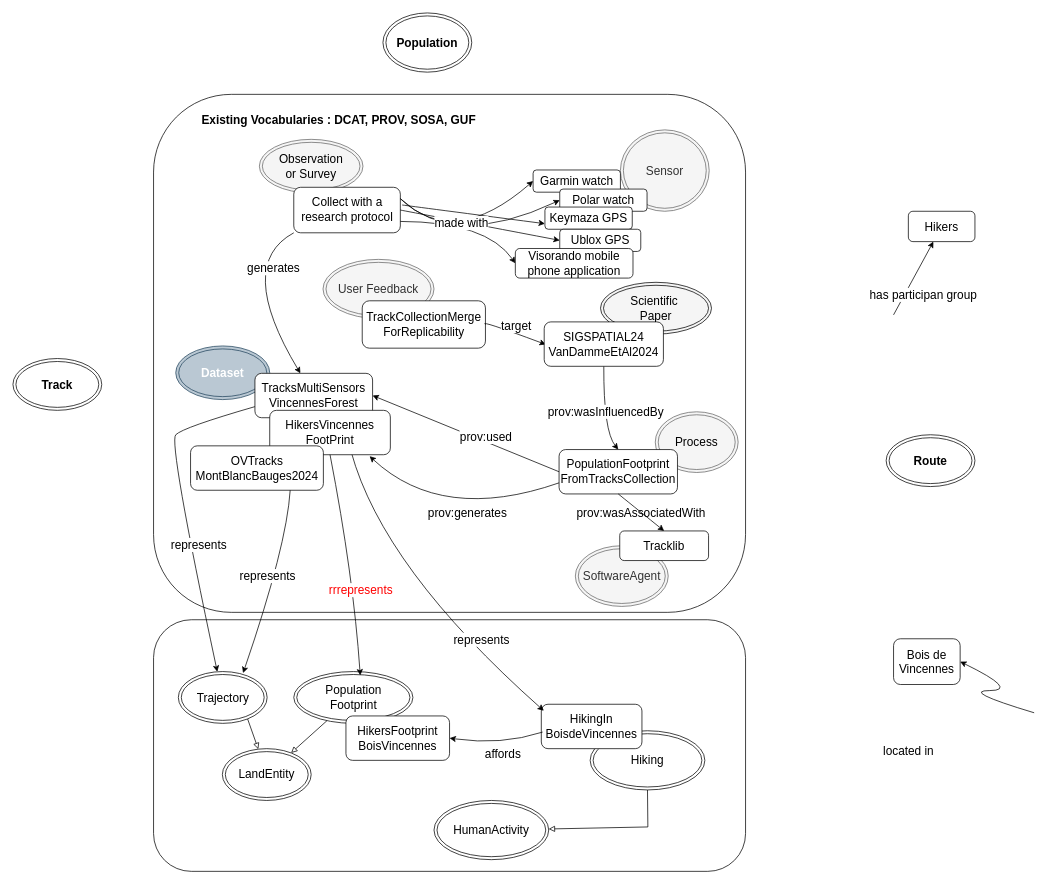
IntForOut/outdoorPressure keeps this draw.io diagram as page "Schéma 2 article" (3 of 3) of docs/diagrams/model_KG.drawio. Above is the earlier version. Source tidied: cells renumbered, new cells numbered last; positions are measured from the earlier drawing's top-left corner, leaving out a move shared by most shapes. Both pictures are drawn from the tidied source at 74%, with x=0, y=0 at pixel (13, 13).
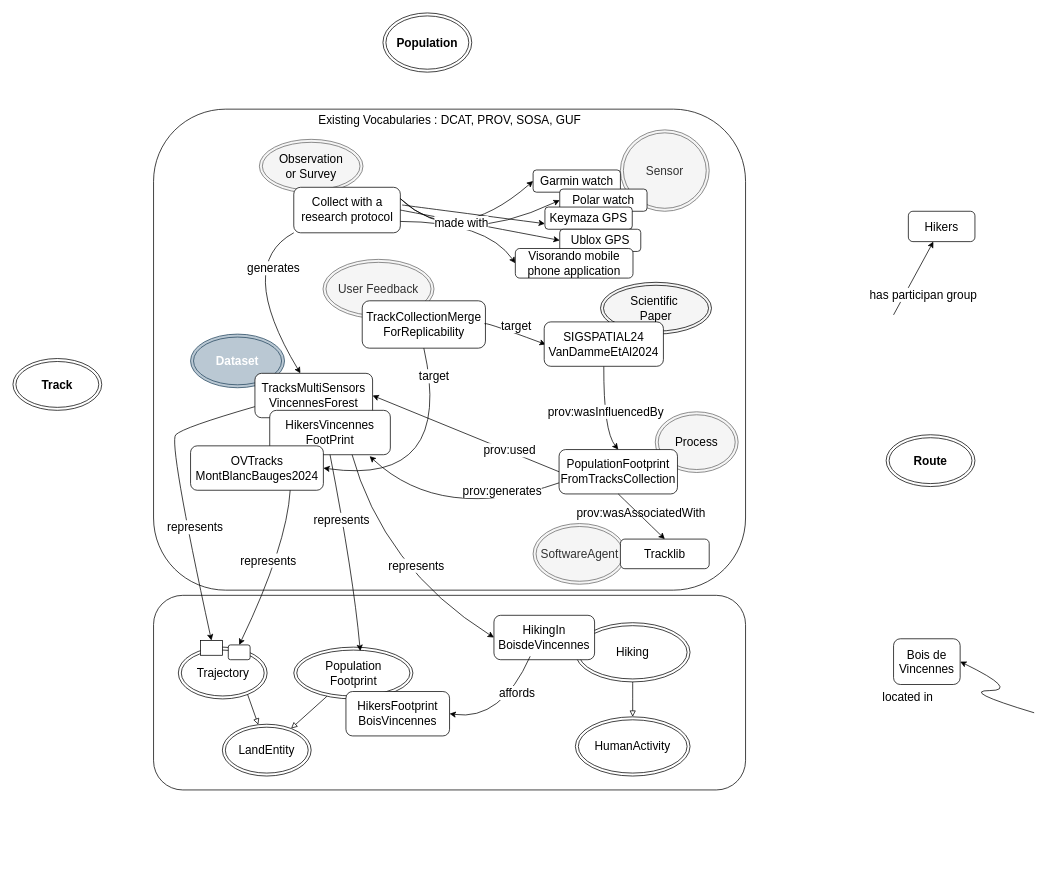
The same page after the edit.

Commit message (it also covers changes not shown here):
Mettre à jour model_KG.drawio

Unchanged cells that the change refers to:
```xml
<mxCell id="16" value="&lt;div&gt;TrackCollectionMerge&lt;/div&gt;&lt;div&gt;ForReplicability&lt;/div&gt;" style="rounded=1;whiteSpace=wrap;html=1;fontSize=16;" parent="1" vertex="1">
  <mxGeometry x="472" y="389" width="166.5" height="64" as="geometry" />
</mxCell>
<mxCell id="32" style="endArrow=classic;html=1;rounded=0;curved=1;exitX=0;exitY=0.75;exitDx=0;exitDy=0;fontSize=16;entryX=0.828;entryY=1.033;entryDx=0;entryDy=0;entryPerimeter=0;" parent="1" edge="1" source="12" target="56">
  <mxGeometry relative="1" as="geometry">
    <Array as="points">
      <mxPoint x="580" y="690" />
    </Array>
  </mxGeometry>
</mxCell>
<mxCell id="42" style="endArrow=classic;html=1;rounded=0;exitX=0;exitY=0.5;exitDx=0;exitDy=0;entryX=1;entryY=0.5;entryDx=0;entryDy=0;fontSize=16;" parent="1" edge="1" source="12" target="53">
  <mxGeometry relative="1" as="geometry" />
</mxCell>
<mxCell id="53" value="&lt;div&gt;&lt;font&gt;TracksMultiSensors&lt;/font&gt;&lt;/div&gt;&lt;div&gt;&lt;font&gt;VincennesForest&lt;/font&gt;&lt;/div&gt;" style="rounded=1;whiteSpace=wrap;html=1;strokeColor=#000000;strokeWidth=1;fontSize=16;" parent="1" vertex="1">
  <mxGeometry x="327" y="487" width="159" height="60" as="geometry" />
</mxCell>
<mxCell id="56" value="&lt;div&gt;&lt;font&gt;HikersVincennes&lt;/font&gt;&lt;/div&gt;&lt;div&gt;&lt;font&gt;FootPrint&lt;/font&gt;&lt;/div&gt;" style="rounded=1;whiteSpace=wrap;html=1;strokeColor=#000000;strokeWidth=1;fontSize=16;" parent="1" vertex="1">
  <mxGeometry x="347" y="537" width="163" height="60" as="geometry" />
</mxCell>
<mxCell id="63" style="endArrow=classic;html=1;rounded=0;entryX=0.558;entryY=0.075;entryDx=0;entryDy=0;entryPerimeter=0;fontSize=16;curved=1;exitX=0.5;exitY=1;exitDx=0;exitDy=0;" parent="1" edge="1" source="56" target="7">
  <mxGeometry relative="1" as="geometry">
    <Array as="points">
      <mxPoint x="460" y="760" />
    </Array>
  </mxGeometry>
</mxCell>
<mxCell id="68" value="&lt;div&gt;OVTracks&lt;/div&gt;&lt;div&gt;MontBlancBauges2024&lt;/div&gt;" style="rounded=1;whiteSpace=wrap;html=1;strokeColor=#000000;strokeWidth=1;fontSize=16;" parent="1" vertex="1">
  <mxGeometry x="240" y="585" width="179.5" height="60" as="geometry" />
</mxCell>
```

Diff of the diagram source:
```diff
@@
     <mxCell id="2" style="rounded=1;whiteSpace=wrap;html=1;fillColor=none;" parent="1" vertex="1">
-      <mxGeometry x="190" y="820" width="800" height="340" as="geometry" />
+      <mxGeometry x="190" y="787" width="800" height="263" as="geometry" />
     </mxCell>
     <mxCell id="3" style="rounded=1;whiteSpace=wrap;html=1;fillColor=none;strokeColor=#000000;" parent="1" vertex="1">
-      <mxGeometry x="190" y="110" width="800" height="700" as="geometry" />
+      <mxGeometry x="190" y="130" width="800" height="650" as="geometry" />
     </mxCell>
     <mxCell id="4" value="SoftwareAgent" style="ellipse;shape=doubleEllipse;whiteSpace=wrap;html=1;fontSize=16;fillColor=#f5f5f5;fontColor=#333333;strokeColor=#666666;" parent="1" vertex="1">
-      <mxGeometry x="760" y="720" width="125.5" height="82" as="geometry" />
+      <mxGeometry x="702.9" y="690" width="125.5" height="82" as="geometry" />
     </mxCell>
@@
     <mxCell id="7" value="&lt;div&gt;Population&lt;/div&gt;&lt;div&gt;Footprint&lt;/div&gt;" style="ellipse;shape=doubleEllipse;whiteSpace=wrap;html=1;fontSize=16;" parent="1" vertex="1">
-      <mxGeometry x="379.5" y="890" width="161" height="70" as="geometry" />
+      <mxGeometry x="379.5" y="857" width="161" height="70" as="geometry" />
     </mxCell>
@@
     <mxCell id="9" value="&lt;font style=&quot;color: rgb(255, 255, 255);&quot;&gt;&lt;b&gt;Dataset&lt;/b&gt;&lt;/font&gt;" style="ellipse;shape=doubleEllipse;whiteSpace=wrap;html=1;fontSize=16;fillColor=#bac8d3;strokeColor=#23445d;" parent="1" vertex="1">
-      <mxGeometry x="220" y="450" width="127" height="72.5" as="geometry" />
+      <mxGeometry x="240" y="434" width="127" height="72.5" as="geometry" />
     </mxCell>
@@
     <mxCell id="13" value="&lt;font&gt;Tracklib&lt;/font&gt;" style="rounded=1;whiteSpace=wrap;html=1;strokeColor=#000000;strokeWidth=1;fontSize=16;" parent="1" vertex="1">
-      <mxGeometry x="820" y="700" width="120" height="40" as="geometry" />
+      <mxGeometry x="820.9" y="711" width="120" height="40" as="geometry" />
     </mxCell>
     <mxCell id="14" value="&lt;div&gt;&lt;font style=&quot;color: rgb(0, 0, 0);&quot;&gt;Hiking&lt;/font&gt;&lt;/div&gt;" style="ellipse;shape=doubleEllipse;whiteSpace=wrap;html=1;fontSize=16;" parent="1" vertex="1">
-      <mxGeometry x="780" y="970" width="155" height="80" as="geometry" />
+      <mxGeometry x="760" y="824" width="155" height="80" as="geometry" />
     </mxCell>
     <mxCell id="15" value="LandEntity" style="ellipse;shape=doubleEllipse;whiteSpace=wrap;html=1;fontSize=16;" parent="1" vertex="1">
-      <mxGeometry x="283" y="994.2" width="120" height="70" as="geometry" />
+      <mxGeometry x="283" y="961.2" width="120" height="70" as="geometry" />
     </mxCell>
@@
     <mxCell id="33" value="&lt;font&gt;prov:generates&lt;/font&gt;" style="edgeLabel;html=1;align=center;verticalAlign=middle;fontSize=16;" parent="32" vertex="1">
       <mxGeometry x="-0.09" relative="1" as="geometry">
-        <mxPoint x="5" y="-5" as="offset" />
+        <mxPoint x="52" y="-35" as="offset" />
       </mxGeometry>
     </mxCell>
@@
     <mxCell id="43" value="&lt;font&gt;prov:used&lt;/font&gt;" style="edgeLabel;html=1;align=center;verticalAlign=middle;fontSize=16;" parent="42" vertex="1">
       <mxGeometry x="0.3" relative="1" as="geometry">
-        <mxPoint x="64" y="19" as="offset" />
+        <mxPoint x="96" y="37" as="offset" />
       </mxGeometry>
     </mxCell>
@@
     <mxCell id="45" value="&lt;div&gt;HikingIn&lt;/div&gt;&lt;div&gt;BoisdeVincennes&lt;/div&gt;" style="rounded=1;whiteSpace=wrap;html=1;fontSize=16;" parent="1" vertex="1">
-      <mxGeometry x="714" y="934.2" width="136" height="60" as="geometry" />
+      <mxGeometry x="650" y="814" width="136" height="60" as="geometry" />
     </mxCell>
@@
-    <mxCell id="50" style="endArrow=classic;html=1;rounded=0;exitX=0;exitY=0.75;exitDx=0;exitDy=0;fontSize=16;curved=1;" parent="1" edge="1" source="53" target="67">
+    <mxCell id="50" style="endArrow=classic;html=1;rounded=0;exitX=0;exitY=0.75;exitDx=0;exitDy=0;fontSize=16;curved=1;entryX=0.5;entryY=0;entryDx=0;entryDy=0;" parent="1" edge="1" source="53" target="77">
       <mxGeometry relative="1" as="geometry">
         <Array as="points">
           <mxPoint x="230" y="560" />
           <mxPoint x="210" y="580" />
         </Array>
       </mxGeometry>
     </mxCell>
@@
-    <mxCell id="52" style="endArrow=classic;html=1;rounded=0;exitX=0.675;exitY=0.933;exitDx=0;exitDy=0;entryX=0.025;entryY=0.146;entryDx=0;entryDy=0;exitPerimeter=0;fontSize=16;curved=1;entryPerimeter=0;" parent="1" edge="1" source="56" target="45">
+    <mxCell id="52" style="endArrow=classic;html=1;rounded=0;exitX=0.675;exitY=0.933;exitDx=0;exitDy=0;entryX=0;entryY=0.5;entryDx=0;entryDy=0;exitPerimeter=0;fontSize=16;curved=1;" parent="1" edge="1" source="56" target="45">
       <mxGeometry relative="1" as="geometry">
         <Array as="points">
           <mxPoint x="500" y="750" />
         </Array>
       </mxGeometry>
     </mxCell>
@@
     <mxCell id="54" value="&lt;font style=&quot;color: rgb(0, 0, 0);&quot;&gt;represents&lt;/font&gt;" style="edgeLabel;html=1;align=center;verticalAlign=middle;fontSize=16;" parent="1" vertex="1">
-      <mxGeometry x="718.9" y="870" as="geometry">
+      <mxGeometry x="630" y="770" as="geometry">
         <mxPoint x="-86" y="-24" as="offset" />
       </mxGeometry>
     </mxCell>
-    <mxCell id="55" value="&lt;b&gt;&lt;font&gt;Existing Vocabularies : DCAT, PROV, SOSA, GUF&lt;/font&gt;&lt;/b&gt;" style="text;html=1;whiteSpace=wrap;strokeColor=none;fillColor=none;align=center;verticalAlign=middle;rounded=0;fontSize=16;" parent="1" vertex="1">
-      <mxGeometry x="240" y="130" width="400.5" height="30" as="geometry" />
+    <mxCell id="55" value="&lt;font&gt;Existing Vocabularies : DCAT, PROV, SOSA, GUF&lt;/font&gt;" style="text;html=1;whiteSpace=wrap;strokeColor=none;fillColor=none;align=center;verticalAlign=middle;rounded=0;fontSize=16;" parent="1" vertex="1">
+      <mxGeometry x="389.8" y="130" width="400.5" height="30" as="geometry" />
     </mxCell>
@@
-    <mxCell id="57" style="endArrow=classic;html=1;rounded=0;curved=1;exitX=0.013;exitY=0.627;exitDx=0;exitDy=0;entryX=1;entryY=0.5;entryDx=0;entryDy=0;fontSize=16;exitPerimeter=0;" parent="1" edge="1" source="45" target="60">
+    <mxCell id="57" style="endArrow=classic;html=1;rounded=0;curved=1;exitX=0.36;exitY=0.924;exitDx=0;exitDy=0;entryX=1;entryY=0.5;entryDx=0;entryDy=0;fontSize=16;exitPerimeter=0;" parent="1" edge="1" source="45" target="60">
       <mxGeometry relative="1" as="geometry">
         <Array as="points">
-          <mxPoint x="660" y="990" />
+          <mxPoint x="660" y="957" />
         </Array>
       </mxGeometry>
     </mxCell>
@@
     <mxCell id="59" value="&lt;font style=&quot;color: rgb(0, 0, 0);&quot;&gt;affords&lt;/font&gt;" style="edgeLabel;html=1;align=center;verticalAlign=middle;fontSize=16;" parent="57" vertex="1">
       <mxGeometry x="-0.05" y="3" relative="1" as="geometry">
-        <mxPoint x="4" y="8" as="offset" />
+        <mxPoint x="11" y="-24" as="offset" />
       </mxGeometry>
     </mxCell>
     <mxCell id="60" value="&lt;div&gt;HikersFootprint&lt;/div&gt;&lt;div&gt;BoisVincennes&lt;/div&gt;" style="rounded=1;whiteSpace=wrap;html=1;fontSize=16;" parent="1" vertex="1">
-      <mxGeometry x="450" y="950" width="140" height="60" as="geometry" />
+      <mxGeometry x="450" y="917" width="140" height="60" as="geometry" />
     </mxCell>
@@
-    <mxCell id="64" value="&lt;font style=&quot;font-size: 16px; color: rgb(0, 0, 0);&quot;&gt;&lt;span style=&quot;color: rgb(255, 0, 0);&quot;&gt;&lt;font&gt;rrrepresents&lt;/font&gt;&lt;/span&gt;&lt;/font&gt;" style="edgeLabel;html=1;align=center;verticalAlign=middle;" parent="63" vertex="1">
-      <mxGeometry x="0.23" y="3" relative="1" as="geometry">
-        <mxPoint x="5" y="1" as="offset" />
-      </mxGeometry>
-    </mxCell>
+    <mxCell id="73" value="&lt;font style=&quot;font-size: 16px;&quot;&gt;represents&lt;/font&gt;" style="edgeLabel;html=1;align=center;verticalAlign=middle;" parent="63" vertex="1">
+      <mxGeometry x="-0.33" y="-2" relative="1" as="geometry">
+        <mxPoint y="-1" as="offset" />
+      </mxGeometry>
+    </mxCell>
@@
     <mxCell id="67" value="Trajectory" style="ellipse;shape=doubleEllipse;whiteSpace=wrap;html=1;fontSize=16;" parent="1" vertex="1">
-      <mxGeometry x="223.5" y="890" width="120" height="70" as="geometry" />
+      <mxGeometry x="223.5" y="857" width="120" height="70" as="geometry" />
     </mxCell>
@@
-    <mxCell id="69" style="endArrow=classic;html=1;rounded=0;exitX=0.75;exitY=1;exitDx=0;exitDy=0;fontSize=16;curved=1;entryX=0.729;entryY=0.029;entryDx=0;entryDy=0;entryPerimeter=0;" parent="1" edge="1" source="68" target="67">
+    <mxCell id="69" style="endArrow=classic;html=1;rounded=0;exitX=0.75;exitY=1;exitDx=0;exitDy=0;fontSize=16;curved=1;entryX=0.5;entryY=0;entryDx=0;entryDy=0;" parent="1" edge="1" source="68" target="76">
       <mxGeometry relative="1" as="geometry">
         <Array as="points">
           <mxPoint x="370" y="720" />
         </Array>
       </mxGeometry>
     </mxCell>
@@
     <mxCell id="71" value="&lt;div&gt;HumanActivity&lt;/div&gt;" style="ellipse;shape=doubleEllipse;whiteSpace=wrap;html=1;fontSize=16;" parent="1" vertex="1">
-      <mxGeometry x="569" y="1064.2" width="155" height="80" as="geometry" />
+      <mxGeometry x="760" y="951.2" width="155" height="80" as="geometry" />
     </mxCell>
-    <mxCell id="72" style="endArrow=block;html=1;rounded=0;endFill=0;" parent="1" edge="1" source="14" target="71">
-      <mxGeometry relative="1" as="geometry">
-        <Array as="points">
-          <mxPoint x="858" y="1100" />
-        </Array>
-      </mxGeometry>
+    <mxCell id="72" style="endArrow=block;html=1;rounded=0;endFill=0;curved=1;" parent="1" edge="1" source="14" target="71">
+      <mxGeometry relative="1" as="geometry" />
     </mxCell>
+    <mxCell id="74" style="endArrow=classic;html=1;rounded=0;exitX=0.5;exitY=1;exitDx=0;exitDy=0;entryX=1;entryY=0.5;entryDx=0;entryDy=0;curved=1;" parent="1" edge="1" source="16" target="68">
+      <mxGeometry relative="1" as="geometry">
+        <Array as="points">
+          <mxPoint x="597" y="640" />
+        </Array>
+      </mxGeometry>
+    </mxCell>
+    <mxCell id="75" value="&lt;font style=&quot;font-size: 16px;&quot;&gt;target&lt;/font&gt;" style="edgeLabel;html=1;align=center;verticalAlign=middle;" parent="74" vertex="1">
+      <mxGeometry x="-0.7" y="-8" relative="1" as="geometry">
+        <mxPoint x="9" y="-19" as="offset" />
+      </mxGeometry>
+    </mxCell>
+    <mxCell id="76" style="rounded=1;whiteSpace=wrap;html=1;fontSize=16;" parent="1" vertex="1">
+      <mxGeometry x="291" y="854" width="29.5" height="20" as="geometry" />
+    </mxCell>
+    <mxCell id="77" style="rounded=1;whiteSpace=wrap;html=1;fontSize=16;arcSize=0;" parent="1" vertex="1">
+      <mxGeometry x="253.5" y="848" width="29.5" height="20" as="geometry" />
+    </mxCell>
```
